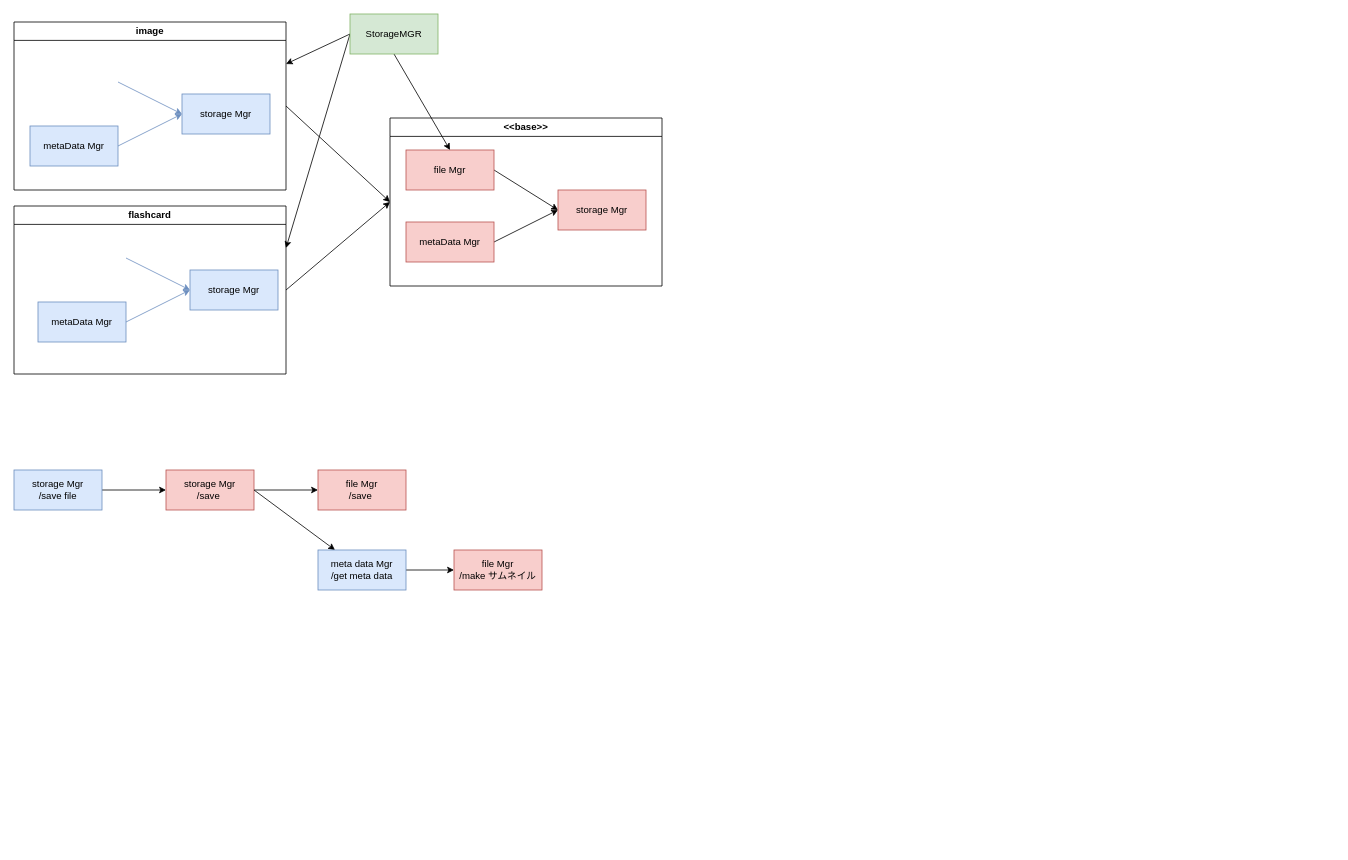
Above: dev/calss.dio in ren255/LLMflashCard (draw.io), before the change. Source tidied: cells renumbered, new cells numbered last; positions are measured from the earlier drawing's top-left corner, leaving out a move shared by most shapes. Both pictures are drawn from the tidied source at 80%, with x=0, y=0 at pixel (14, 14).
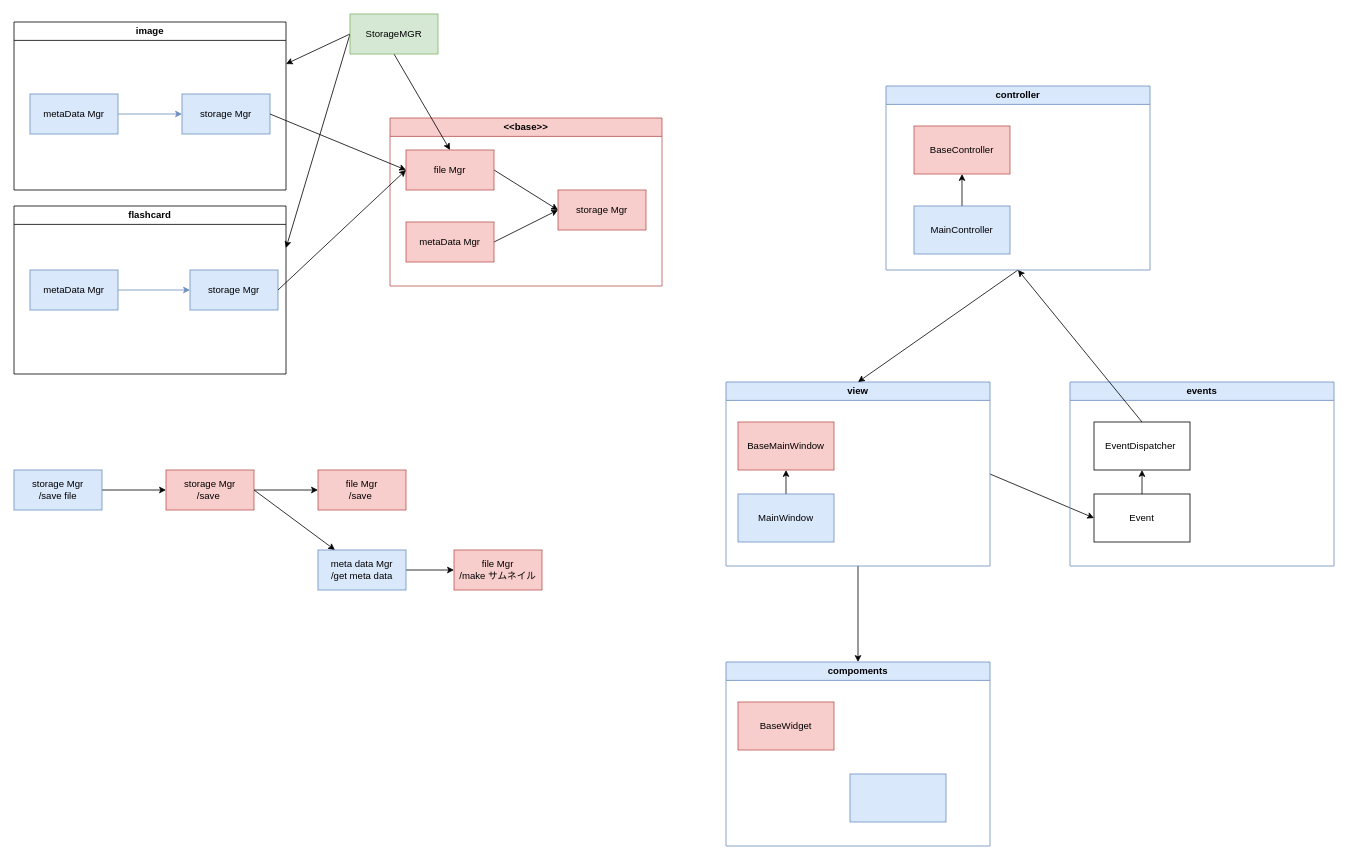
The same page after the edit.

The change refers to these unchanged cells:
```xml
<mxCell id="3" value="image" style="swimlane;whiteSpace=wrap;html=1;" parent="1" vertex="1">
  <mxGeometry y="10" width="340" height="210" as="geometry" />
</mxCell>
<mxCell id="7" value="storage Mgr" style="html=1;whiteSpace=wrap;fillColor=#dae8fc;strokeColor=#6c8ebf;" parent="3" vertex="1">
  <mxGeometry x="210" y="90" width="110" height="50" as="geometry" />
</mxCell>
<mxCell id="10" value="file Mgr" style="html=1;whiteSpace=wrap;fillColor=#f8cecc;strokeColor=#b85450;" parent="8" vertex="1">
  <mxGeometry x="20" y="40" width="110" height="50" as="geometry" />
</mxCell>
<mxCell id="15" value="flashcard" style="swimlane;whiteSpace=wrap;html=1;" parent="1" vertex="1">
  <mxGeometry y="240" width="340" height="210" as="geometry" />
</mxCell>
<mxCell id="19" value="storage Mgr" style="html=1;whiteSpace=wrap;fillColor=#dae8fc;strokeColor=#6c8ebf;" parent="15" vertex="1">
  <mxGeometry x="220" y="80" width="110" height="50" as="geometry" />
</mxCell>
```

Change to the diagram source:
```diff
@@
-    <mxCell id="2" style="edgeStyle=none;html=1;exitX=1;exitY=0.5;exitDx=0;exitDy=0;entryX=0;entryY=0.5;entryDx=0;entryDy=0;" parent="1" edge="1" source="3" target="8">
-      <mxGeometry relative="1" as="geometry" />
-    </mxCell>
@@
-    <mxCell id="4" style="edgeStyle=none;html=1;exitX=1;exitY=0.5;exitDx=0;exitDy=0;entryX=0;entryY=0.5;entryDx=0;entryDy=0;fillColor=#dae8fc;strokeColor=#6c8ebf;" parent="3" edge="1" target="7">
-      <mxGeometry relative="1" as="geometry">
-        <mxPoint x="130" y="75" as="sourcePoint" />
-      </mxGeometry>
-    </mxCell>
@@
     <mxCell id="6" value="metaData Mgr" style="html=1;whiteSpace=wrap;fillColor=#dae8fc;strokeColor=#6c8ebf;" parent="3" vertex="1">
-      <mxGeometry x="20" y="130" width="110" height="50" as="geometry" />
+      <mxGeometry x="20" y="90" width="110" height="50" as="geometry" />
     </mxCell>
@@
-    <mxCell id="8" value="&amp;lt;&amp;lt;base&amp;gt;&amp;gt;" style="swimlane;whiteSpace=wrap;html=1;" parent="1" vertex="1">
+    <mxCell id="8" value="&amp;lt;&amp;lt;base&amp;gt;&amp;gt;" style="swimlane;whiteSpace=wrap;html=1;fillColor=#f8cecc;strokeColor=#b85450;" parent="1" vertex="1">
       <mxGeometry x="470" y="130" width="340" height="210" as="geometry" />
     </mxCell>
@@
-    <mxCell id="14" style="edgeStyle=none;html=1;exitX=1;exitY=0.5;exitDx=0;exitDy=0;entryX=0;entryY=0.5;entryDx=0;entryDy=0;" parent="1" edge="1" source="15" target="8">
-      <mxGeometry relative="1" as="geometry" />
-    </mxCell>
@@
-    <mxCell id="16" style="edgeStyle=none;html=1;exitX=1;exitY=0.5;exitDx=0;exitDy=0;entryX=0;entryY=0.5;entryDx=0;entryDy=0;fillColor=#dae8fc;strokeColor=#6c8ebf;" parent="15" edge="1" target="19">
-      <mxGeometry relative="1" as="geometry">
-        <mxPoint x="140" y="65" as="sourcePoint" />
-      </mxGeometry>
-    </mxCell>
@@
     <mxCell id="18" value="metaData Mgr" style="html=1;whiteSpace=wrap;fillColor=#dae8fc;strokeColor=#6c8ebf;" parent="15" vertex="1">
-      <mxGeometry x="30" y="120" width="110" height="50" as="geometry" />
+      <mxGeometry x="20" y="80" width="110" height="50" as="geometry" />
     </mxCell>
@@
+    <mxCell id="33" style="edgeStyle=none;html=1;exitX=0.5;exitY=1;exitDx=0;exitDy=0;entryX=0.5;entryY=0;entryDx=0;entryDy=0;" parent="1" edge="1" source="35" target="44">
+      <mxGeometry relative="1" as="geometry" />
+    </mxCell>
+    <mxCell id="34" style="edgeStyle=none;html=1;exitX=1;exitY=0.5;exitDx=0;exitDy=0;entryX=0;entryY=0.5;entryDx=0;entryDy=0;" parent="1" edge="1" source="35" target="50">
+      <mxGeometry relative="1" as="geometry" />
+    </mxCell>
+    <mxCell id="35" value="view" style="swimlane;whiteSpace=wrap;html=1;fillColor=#dae8fc;strokeColor=#6c8ebf;" parent="1" vertex="1">
+      <mxGeometry x="890" y="460" width="330" height="230" as="geometry" />
+    </mxCell>
+    <mxCell id="36" value="BaseMainWindow" style="whiteSpace=wrap;html=1;fillColor=#f8cecc;strokeColor=#b85450;" parent="35" vertex="1">
+      <mxGeometry x="15" y="50" width="120" height="60" as="geometry" />
+    </mxCell>
+    <mxCell id="37" style="edgeStyle=none;html=1;exitX=0.5;exitY=0;exitDx=0;exitDy=0;entryX=0.5;entryY=1;entryDx=0;entryDy=0;" parent="35" edge="1" source="38" target="36">
+      <mxGeometry relative="1" as="geometry" />
+    </mxCell>
+    <mxCell id="38" value="MainWindow" style="whiteSpace=wrap;html=1;fillColor=#dae8fc;strokeColor=#6c8ebf;" parent="35" vertex="1">
+      <mxGeometry x="15" y="140" width="120" height="60" as="geometry" />
+    </mxCell>
+    <mxCell id="39" style="edgeStyle=none;html=1;exitX=0.5;exitY=1;exitDx=0;exitDy=0;entryX=0.5;entryY=0;entryDx=0;entryDy=0;" parent="1" edge="1" source="40" target="35">
+      <mxGeometry relative="1" as="geometry" />
+    </mxCell>
+    <mxCell id="40" value="controller" style="swimlane;whiteSpace=wrap;html=1;fillColor=#dae8fc;strokeColor=#6c8ebf;" parent="1" vertex="1">
+      <mxGeometry x="1090" y="90" width="330" height="230" as="geometry" />
+    </mxCell>
+    <mxCell id="41" value="BaseController" style="whiteSpace=wrap;html=1;fillColor=#f8cecc;strokeColor=#b85450;" parent="40" vertex="1">
+      <mxGeometry x="35" y="50" width="120" height="60" as="geometry" />
+    </mxCell>
+    <mxCell id="42" style="edgeStyle=none;html=1;exitX=0.5;exitY=0;exitDx=0;exitDy=0;entryX=0.5;entryY=1;entryDx=0;entryDy=0;" parent="40" edge="1" source="43" target="41">
+      <mxGeometry relative="1" as="geometry" />
+    </mxCell>
+    <mxCell id="43" value="MainController" style="whiteSpace=wrap;html=1;fillColor=#dae8fc;strokeColor=#6c8ebf;" parent="40" vertex="1">
+      <mxGeometry x="35" y="150" width="120" height="60" as="geometry" />
+    </mxCell>
+    <mxCell id="44" value="compoments" style="swimlane;whiteSpace=wrap;html=1;fillColor=#dae8fc;strokeColor=#6c8ebf;startSize=23;" parent="1" vertex="1">
+      <mxGeometry x="890" y="810" width="330" height="230" as="geometry" />
+    </mxCell>
+    <mxCell id="45" value="BaseWidget" style="whiteSpace=wrap;html=1;fillColor=#f8cecc;strokeColor=#b85450;" parent="44" vertex="1">
+      <mxGeometry x="15" y="50" width="120" height="60" as="geometry" />
+    </mxCell>
+    <mxCell id="46" style="whiteSpace=wrap;html=1;fillColor=#dae8fc;strokeColor=#6c8ebf;" parent="44" vertex="1">
+      <mxGeometry x="155" y="140" width="120" height="60" as="geometry" />
+    </mxCell>
+    <mxCell id="47" value="events" style="swimlane;whiteSpace=wrap;html=1;fillColor=#dae8fc;strokeColor=#6c8ebf;" parent="1" vertex="1">
+      <mxGeometry x="1320" y="460" width="330" height="230" as="geometry" />
+    </mxCell>
+    <mxCell id="48" value="EventDispatcher&amp;nbsp;" style="whiteSpace=wrap;html=1;" parent="47" vertex="1">
+      <mxGeometry x="30" y="50" width="120" height="60" as="geometry" />
+    </mxCell>
+    <mxCell id="49" style="edgeStyle=none;html=1;exitX=0.5;exitY=0;exitDx=0;exitDy=0;entryX=0.5;entryY=1;entryDx=0;entryDy=0;" parent="47" edge="1" source="50" target="48">
+      <mxGeometry relative="1" as="geometry" />
+    </mxCell>
+    <mxCell id="50" value="Event" style="whiteSpace=wrap;html=1;" parent="47" vertex="1">
+      <mxGeometry x="30" y="140" width="120" height="60" as="geometry" />
+    </mxCell>
+    <mxCell id="51" style="edgeStyle=none;html=1;exitX=0.5;exitY=0;exitDx=0;exitDy=0;entryX=0.5;entryY=1;entryDx=0;entryDy=0;" parent="1" edge="1" source="48" target="40">
+      <mxGeometry relative="1" as="geometry" />
+    </mxCell>
+    <mxCell id="52" style="edgeStyle=none;html=1;exitX=1;exitY=0.5;exitDx=0;exitDy=0;entryX=0;entryY=0.5;entryDx=0;entryDy=0;" parent="1" edge="1" source="7" target="10">
+      <mxGeometry relative="1" as="geometry" />
+    </mxCell>
+    <mxCell id="53" style="edgeStyle=none;html=1;exitX=1;exitY=0.5;exitDx=0;exitDy=0;entryX=0;entryY=0.5;entryDx=0;entryDy=0;" parent="1" edge="1" source="19" target="10">
+      <mxGeometry relative="1" as="geometry" />
+    </mxCell>
```
